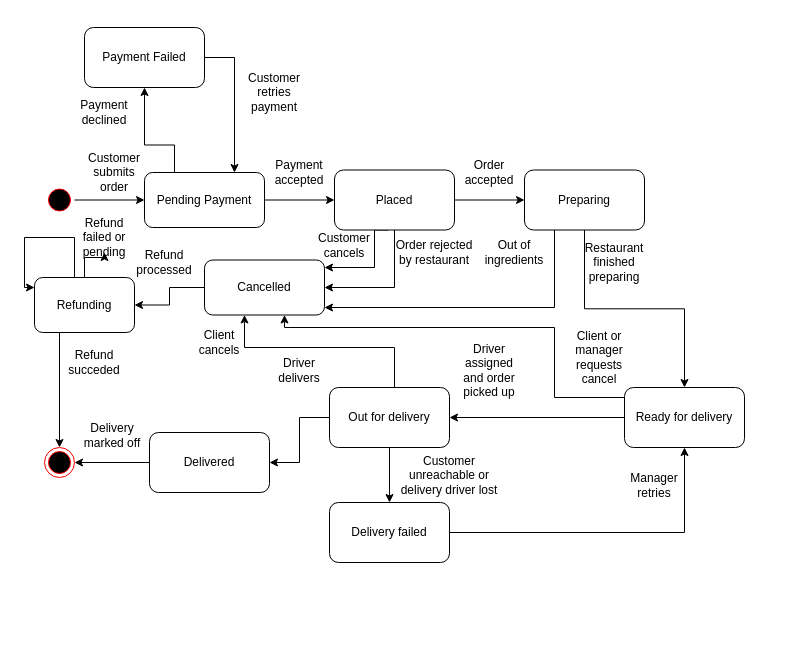
Earlier version of the draw.io diagram State Diagrams/Order states.drawio (Lukap42/SWE1_Project). Source tidied: cells renumbered, new cells numbered last; positions are measured from the earlier drawing's top-left corner, leaving out a move shared by most shapes. Both pictures are drawn from the tidied source at 100%, with x=0, y=0 at pixel (24, 27).
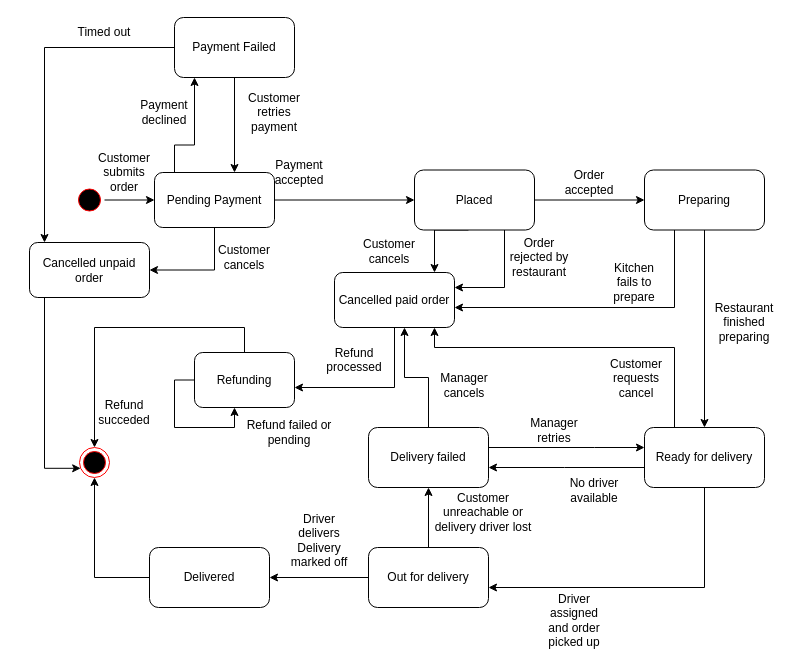
The same diagram, later.

Commit message (it also covers changes not shown here):
fixed state diagrams

Diff of the diagram source:
```diff
@@
     <mxCell id="2" style="ellipse;html=1;shape=startState;fillColor=light-dark(#000000,#000000);strokeColor=light-dark(#FF0000,#000000);" parent="1" vertex="1">
-      <mxGeometry x="20" y="157.5" width="30" height="30" as="geometry" />
+      <mxGeometry x="50" y="157.5" width="30" height="30" as="geometry" />
     </mxCell>
     <mxCell id="3" style="ellipse;html=1;shape=endState;fillColor=light-dark(#000000,#000000);strokeColor=light-dark(#FF0000,#000000);" parent="1" vertex="1">
-      <mxGeometry x="20" y="420" width="30" height="30" as="geometry" />
+      <mxGeometry x="55" y="420" width="30" height="30" as="geometry" />
     </mxCell>
@@
     <mxCell id="6" style="edgeStyle=orthogonalEdgeStyle;rounded=0;jettySize=auto;html=1;defaultLabelBackgroundColor=page;strokeColor=light-dark(#000000,#000000);" parent="1" edge="1" source="7" target="31">
       <mxGeometry x="-0.34" relative="1" as="geometry">
         <Array as="points">
           <mxPoint x="150" y="117.5" />
-          <mxPoint x="120" y="117.5" />
+          <mxPoint x="170" y="117.5" />
         </Array>
       </mxGeometry>
     </mxCell>
+    <mxCell id="53" style="edgeStyle=orthogonalEdgeStyle;rounded=0;jettySize=auto;html=1;defaultLabelBackgroundColor=page;strokeColor=light-dark(#000000,#000000);" parent="1" edge="1" source="7" target="57">
+      <mxGeometry relative="1" as="geometry">
+        <Array as="points">
+          <mxPoint x="190" y="242.5" />
+        </Array>
+      </mxGeometry>
+    </mxCell>
     <mxCell id="7" value="Pending Payment" style="rounded=1;whiteSpace=wrap;html=1;roundedPerimeter=1;strokeColor=light-dark(#000000,#000000);" parent="1" vertex="1">
-      <mxGeometry x="120" y="145" width="120" height="55" as="geometry" />
+      <mxGeometry x="130" y="145" width="120" height="55" as="geometry" />
     </mxCell>
     <mxCell id="8" value="&lt;div&gt;Customer&lt;/div&gt;&lt;div&gt;submits&lt;/div&gt;&lt;div&gt;order&lt;/div&gt;" style="text;html=1;whiteSpace=wrap;strokeColor=none;fillColor=none;align=center;verticalAlign=middle;rounded=0;fontColor=light-dark(#000000,#000000);" parent="1" vertex="1">
-      <mxGeometry x="60" y="130" width="60" height="30" as="geometry" />
+      <mxGeometry x="70" y="130" width="60" height="30" as="geometry" />
     </mxCell>
@@
     <mxCell id="10" style="edgeStyle=orthogonalEdgeStyle;rounded=0;jettySize=auto;html=1;defaultLabelBackgroundColor=page;strokeColor=light-dark(#000000,#000000);exitX=0.457;exitY=0.927;exitDx=0;exitDy=0;" parent="1" edge="1" source="12" target="35">
-      <mxGeometry x="-0.03" relative="1" as="geometry">
+      <mxGeometry x="0.41" relative="1" as="geometry">
         <Array as="points">
-          <mxPoint x="350" y="202.5" />
-          <mxPoint x="350" y="240" />
+          <mxPoint x="410" y="202.5" />
         </Array>
       </mxGeometry>
     </mxCell>
     <mxCell id="11" style="edgeStyle=orthogonalEdgeStyle;rounded=0;jettySize=auto;html=1;defaultLabelBackgroundColor=page;strokeColor=light-dark(#000000,#000000);" parent="1" edge="1" source="12" target="35">
       <mxGeometry x="-0.53" relative="1" as="geometry">
         <Array as="points">
-          <mxPoint x="370" y="260" />
+          <mxPoint x="480" y="260" />
         </Array>
       </mxGeometry>
     </mxCell>
     <mxCell id="12" value="Placed" style="rounded=1;whiteSpace=wrap;html=1;roundedPerimeter=1;strokeColor=light-dark(#000000,#000000);" parent="1" vertex="1">
-      <mxGeometry x="310" y="142.5" width="120" height="60" as="geometry" />
+      <mxGeometry x="390" y="142.5" width="120" height="60" as="geometry" />
     </mxCell>
@@
     <mxCell id="14" value="Order accepted" style="text;html=1;whiteSpace=wrap;strokeColor=none;fillColor=none;align=center;verticalAlign=middle;rounded=0;fontColor=light-dark(#000000,#000000);" parent="1" vertex="1">
-      <mxGeometry x="435" y="130" width="60" height="30" as="geometry" />
+      <mxGeometry x="535" y="140" width="60" height="30" as="geometry" />
     </mxCell>
@@
     <mxCell id="16" style="edgeStyle=orthogonalEdgeStyle;rounded=0;jettySize=auto;html=1;defaultLabelBackgroundColor=page;strokeColor=light-dark(#000000,#000000);" parent="1" edge="1" source="17" target="35">
       <mxGeometry x="-0.84" relative="1" as="geometry">
         <Array as="points">
-          <mxPoint x="530" y="280" />
+          <mxPoint x="650" y="280" />
         </Array>
       </mxGeometry>
     </mxCell>
     <mxCell id="17" value="Preparing" style="rounded=1;whiteSpace=wrap;html=1;roundedPerimeter=1;strokeColor=light-dark(#000000,#000000);" parent="1" vertex="1">
-      <mxGeometry x="500" y="142.5" width="120" height="60" as="geometry" />
+      <mxGeometry x="620" y="142.5" width="120" height="60" as="geometry" />
     </mxCell>
     <mxCell id="18" value="Restaurant finished preparing" style="text;html=1;whiteSpace=wrap;strokeColor=none;fillColor=none;align=center;verticalAlign=middle;rounded=0;fontColor=light-dark(#000000,#000000);" parent="1" vertex="1">
-      <mxGeometry x="560" y="220" width="60" height="30" as="geometry" />
+      <mxGeometry x="690" y="280" width="60" height="30" as="geometry" />
     </mxCell>
     <mxCell id="19" style="edgeStyle=orthogonalEdgeStyle;rounded=0;jettySize=auto;html=1;defaultLabelBackgroundColor=page;strokeColor=light-dark(#000000,#000000);" parent="1" edge="1" source="21" target="25">
-      <mxGeometry relative="1" as="geometry" />
+      <mxGeometry relative="1" as="geometry">
+        <Array as="points">
+          <mxPoint x="680" y="560" />
+        </Array>
+      </mxGeometry>
     </mxCell>
     <mxCell id="20" style="edgeStyle=orthogonalEdgeStyle;rounded=0;jettySize=auto;html=1;defaultLabelBackgroundColor=page;strokeColor=light-dark(#000000,#000000);" parent="1" edge="1" source="21" target="35">
-      <mxGeometry x="-0.89" relative="1" as="geometry">
+      <mxGeometry x="-0.82" relative="1" as="geometry">
         <Array as="points">
-          <mxPoint x="530" y="370" />
-          <mxPoint x="530" y="300" />
-          <mxPoint x="260" y="300" />
+          <mxPoint x="650" y="320" />
+          <mxPoint x="410" y="320" />
         </Array>
       </mxGeometry>
     </mxCell>
+    <mxCell id="54" style="edgeStyle=orthogonalEdgeStyle;rounded=0;jettySize=auto;html=1;defaultLabelBackgroundColor=page;strokeColor=light-dark(#000000,#000000);" parent="1" edge="1" source="21" target="41">
+      <mxGeometry relative="1" as="geometry">
+        <Array as="points">
+          <mxPoint x="540" y="440" />
+          <mxPoint x="540" y="440" />
+        </Array>
+      </mxGeometry>
+    </mxCell>
     <mxCell id="21" value="Ready for delivery" style="rounded=1;whiteSpace=wrap;html=1;roundedPerimeter=1;strokeColor=light-dark(#000000,#000000);" parent="1" vertex="1">
-      <mxGeometry x="600" y="360" width="120" height="60" as="geometry" />
+      <mxGeometry x="620" y="400" width="120" height="60" as="geometry" />
     </mxCell>
@@
-    <mxCell id="24" style="edgeStyle=orthogonalEdgeStyle;rounded=0;jettySize=auto;html=1;defaultLabelBackgroundColor=page;strokeColor=light-dark(#000000,#000000);" parent="1" edge="1" source="25" target="35">
-      <mxGeometry relative="1" as="geometry">
-        <Array as="points">
-          <mxPoint x="370" y="320" />
-          <mxPoint x="220" y="320" />
-        </Array>
-      </mxGeometry>
-    </mxCell>
     <mxCell id="25" value="Out for delivery" style="rounded=1;whiteSpace=wrap;html=1;roundedPerimeter=1;strokeColor=light-dark(#000000,#000000);" parent="1" vertex="1">
-      <mxGeometry x="305" y="360" width="120" height="60" as="geometry" />
+      <mxGeometry x="344" y="520" width="120" height="60" as="geometry" />
     </mxCell>
     <mxCell id="26" value="Driver assigned and order picked up" style="text;html=1;whiteSpace=wrap;strokeColor=none;fillColor=none;align=center;verticalAlign=middle;rounded=0;fontColor=light-dark(#000000,#000000);" parent="1" vertex="1">
-      <mxGeometry x="435" y="320" width="60" height="45" as="geometry" />
+      <mxGeometry x="520" y="570" width="60" height="45" as="geometry" />
     </mxCell>
@@
     <mxCell id="28" value="Delivered" style="rounded=1;whiteSpace=wrap;html=1;roundedPerimeter=1;strokeColor=light-dark(#000000,#000000);" parent="1" vertex="1">
-      <mxGeometry x="125" y="405" width="120" height="60" as="geometry" />
+      <mxGeometry x="125" y="520" width="120" height="60" as="geometry" />
     </mxCell>
-    <mxCell id="29" value="Driver delivers" style="text;html=1;whiteSpace=wrap;strokeColor=none;fillColor=none;align=center;verticalAlign=middle;rounded=0;fontColor=light-dark(#000000,#000000);" parent="1" vertex="1">
-      <mxGeometry x="245" y="315" width="60" height="55" as="geometry" />
+    <mxCell id="29" value="&lt;div&gt;Driver delivers&lt;/div&gt;&lt;div&gt;Delivery marked off&lt;/div&gt;" style="text;html=1;whiteSpace=wrap;strokeColor=none;fillColor=none;align=center;verticalAlign=middle;rounded=0;fontColor=light-dark(#000000,#000000);" parent="1" vertex="1">
+      <mxGeometry x="265" y="485" width="60" height="55" as="geometry" />
     </mxCell>
     <mxCell id="30" style="edgeStyle=orthogonalEdgeStyle;rounded=0;jettySize=auto;html=1;defaultLabelBackgroundColor=page;strokeColor=light-dark(#000000,#000000);" parent="1" edge="1" source="31" target="7">
       <mxGeometry x="0.21" relative="1" as="geometry">
         <Array as="points">
-          <mxPoint x="210" y="30" />
+          <mxPoint x="220" y="30" />
         </Array>
       </mxGeometry>
     </mxCell>
+    <mxCell id="55" style="edgeStyle=orthogonalEdgeStyle;rounded=0;jettySize=auto;html=1;defaultLabelBackgroundColor=page;strokeColor=light-dark(#000000,#000000);" parent="1" edge="1" source="31" target="57">
+      <mxGeometry relative="1" as="geometry">
+        <Array as="points">
+          <mxPoint x="20" y="20" />
+        </Array>
+      </mxGeometry>
+    </mxCell>
     <mxCell id="31" value="Payment Failed" style="rounded=1;whiteSpace=wrap;html=1;roundedPerimeter=1;strokeColor=light-dark(#000000,#000000);" parent="1" vertex="1">
-      <mxGeometry x="60" width="120" height="60" as="geometry" />
+      <mxGeometry x="150" y="-10" width="120" height="60" as="geometry" />
     </mxCell>
     <mxCell id="32" value="Payment declined" style="text;html=1;whiteSpace=wrap;strokeColor=none;fillColor=none;align=center;verticalAlign=middle;rounded=0;fontColor=light-dark(#000000,#000000);" parent="1" vertex="1">
-      <mxGeometry x="50" y="70" width="60" height="30" as="geometry" />
+      <mxGeometry x="110" y="70" width="60" height="30" as="geometry" />
     </mxCell>
     <mxCell id="33" value="Customer retries payment" style="text;html=1;whiteSpace=wrap;strokeColor=none;fillColor=none;align=center;verticalAlign=middle;rounded=0;fontColor=light-dark(#000000,#000000);" parent="1" vertex="1">
-      <mxGeometry x="220" y="50" width="60" height="30" as="geometry" />
+      <mxGeometry x="220" y="70" width="60" height="30" as="geometry" />
     </mxCell>
     <mxCell id="34" style="edgeStyle=orthogonalEdgeStyle;rounded=0;jettySize=auto;html=1;defaultLabelBackgroundColor=page;strokeColor=light-dark(#000000,#000000);" parent="1" edge="1" source="35" target="46">
-      <mxGeometry relative="1" as="geometry" />
+      <mxGeometry relative="1" as="geometry">
+        <Array as="points">
+          <mxPoint x="370" y="360" />
+        </Array>
+      </mxGeometry>
     </mxCell>
-    <mxCell id="35" value="Cancelled" style="rounded=1;whiteSpace=wrap;html=1;roundedPerimeter=1;strokeColor=light-dark(#000000,#000000);" parent="1" vertex="1">
-      <mxGeometry x="180" y="232.5" width="120" height="55" as="geometry" />
+    <mxCell id="35" value="Cancelled paid order" style="rounded=1;whiteSpace=wrap;html=1;roundedPerimeter=1;strokeColor=light-dark(#000000,#000000);" parent="1" vertex="1">
+      <mxGeometry x="310" y="245" width="120" height="55" as="geometry" />
     </mxCell>
     <mxCell id="36" value="Customer cancels" style="text;html=1;whiteSpace=wrap;strokeColor=none;fillColor=none;align=center;verticalAlign=middle;rounded=0;fontColor=light-dark(#000000,#000000);" parent="1" vertex="1">
-      <mxGeometry x="290" y="202.5" width="60" height="30" as="geometry" />
+      <mxGeometry x="340" y="209" width="50" height="30" as="geometry" />
     </mxCell>
     <mxCell id="37" value="Order rejected by restaurant" style="text;html=1;whiteSpace=wrap;strokeColor=none;fillColor=none;align=center;verticalAlign=middle;rounded=0;fontColor=light-dark(#000000,#000000);" parent="1" vertex="1">
-      <mxGeometry x="370" y="210" width="80" height="30" as="geometry" />
+      <mxGeometry x="480" y="215" width="70" height="30" as="geometry" />
     </mxCell>
-    <mxCell id="38" value="Out of ingredients" style="text;html=1;whiteSpace=wrap;strokeColor=none;fillColor=none;align=center;verticalAlign=middle;rounded=0;fontColor=light-dark(#000000,#000000);" parent="1" vertex="1">
-      <mxGeometry x="460" y="210" width="60" height="30" as="geometry" />
+    <mxCell id="38" value="Kitchen fails to prepare" style="text;html=1;whiteSpace=wrap;strokeColor=none;fillColor=none;align=center;verticalAlign=middle;rounded=0;fontColor=light-dark(#000000,#000000);" parent="1" vertex="1">
+      <mxGeometry x="580" y="240" width="60" height="30" as="geometry" />
     </mxCell>
-    <mxCell id="39" value="Delivery marked off" style="text;html=1;whiteSpace=wrap;strokeColor=none;fillColor=none;align=center;verticalAlign=middle;rounded=0;fontColor=light-dark(#000000,#000000);" parent="1" vertex="1">
-      <mxGeometry x="58" y="380" width="60" height="55" as="geometry" />
-    </mxCell>
     <mxCell id="40" style="edgeStyle=orthogonalEdgeStyle;rounded=0;jettySize=auto;html=1;defaultLabelBackgroundColor=page;strokeColor=light-dark(#000000,#000000);" parent="1" edge="1" source="41" target="21">
-      <mxGeometry relative="1" as="geometry" />
+      <mxGeometry relative="1" as="geometry">
+        <Array as="points">
+          <mxPoint x="570" y="420" />
+          <mxPoint x="570" y="420" />
+        </Array>
+      </mxGeometry>
     </mxCell>
+    <mxCell id="56" style="edgeStyle=orthogonalEdgeStyle;rounded=0;jettySize=auto;html=1;defaultLabelBackgroundColor=page;strokeColor=light-dark(#000000,#000000);" parent="1" edge="1" source="41" target="35">
+      <mxGeometry x="0.08" relative="1" as="geometry">
+        <Array as="points">
+          <mxPoint x="404" y="350" />
+          <mxPoint x="380" y="350" />
+        </Array>
+      </mxGeometry>
+    </mxCell>
     <mxCell id="41" value="Delivery failed" style="rounded=1;whiteSpace=wrap;html=1;roundedPerimeter=1;strokeColor=light-dark(#000000,#000000);" parent="1" vertex="1">
-      <mxGeometry x="305" y="475" width="120" height="60" as="geometry" />
+      <mxGeometry x="344" y="400" width="120" height="60" as="geometry" />
     </mxCell>
     <mxCell id="42" value="&lt;div&gt;Customer unreachable or delivery driver lost&lt;/div&gt;" style="text;html=1;whiteSpace=wrap;strokeColor=none;fillColor=none;align=center;verticalAlign=middle;rounded=0;fontColor=light-dark(#000000,#000000);" parent="1" vertex="1">
-      <mxGeometry x="370" y="433" width="110" height="30" as="geometry" />
+      <mxGeometry x="404" y="470" width="110" height="30" as="geometry" />
     </mxCell>
     <mxCell id="43" value="Manager retries" style="text;html=1;whiteSpace=wrap;strokeColor=none;fillColor=none;align=center;verticalAlign=middle;rounded=0;fontColor=light-dark(#000000,#000000);" parent="1" vertex="1">
-      <mxGeometry x="600" y="430" width="60" height="55" as="geometry" />
+      <mxGeometry x="500" y="380" width="60" height="45" as="geometry" />
     </mxCell>
-    <mxCell id="44" value="Client cancels" style="text;html=1;whiteSpace=wrap;strokeColor=none;fillColor=none;align=center;verticalAlign=middle;rounded=0;fontColor=light-dark(#000000,#000000);" parent="1" vertex="1">
-      <mxGeometry x="170" y="300" width="50" height="30" as="geometry" />
-    </mxCell>
     <mxCell id="45" style="edgeStyle=orthogonalEdgeStyle;rounded=0;jettySize=auto;html=1;defaultLabelBackgroundColor=page;strokeColor=light-dark(#000000,#000000);" parent="1" edge="1" source="46" target="3">
       <mxGeometry relative="1" as="geometry">
         <Array as="points">
-          <mxPoint x="35" y="310" />
-          <mxPoint x="35" y="310" />
+          <mxPoint x="220" y="300" />
+          <mxPoint x="70" y="300" />
         </Array>
       </mxGeometry>
     </mxCell>
+    <mxCell id="50" style="edgeStyle=orthogonalEdgeStyle;rounded=0;orthogonalLoop=1;jettySize=auto;html=1;defaultLabelBackgroundColor=page;strokeColor=light-dark(#000000,#000000);innerLoopWaypoints=1;" parent="1" edge="1" source="46" target="46">
+      <mxGeometry x="-0.66" relative="1" as="geometry">
+        <Array as="points">
+          <mxPoint x="150" y="352.5" />
+          <mxPoint x="150" y="400" />
+          <mxPoint x="210" y="400" />
+        </Array>
+      </mxGeometry>
+    </mxCell>
     <mxCell id="46" value="Refunding" style="rounded=1;whiteSpace=wrap;html=1;roundedPerimeter=1;strokeColor=light-dark(#000000,#000000);" parent="1" vertex="1">
-      <mxGeometry x="10" y="250" width="100" height="55" as="geometry" />
+      <mxGeometry x="170" y="325" width="100" height="55" as="geometry" />
     </mxCell>
-    <mxCell id="47" value="Refund processed" style="text;html=1;whiteSpace=wrap;strokeColor=none;fillColor=none;align=center;verticalAlign=middle;rounded=0;fontColor=light-dark(#000000,#000000);" parent="1" vertex="1">
-      <mxGeometry x="110" y="220" width="60" height="30" as="geometry" />
+    <mxCell id="47" value="&lt;div&gt;Refund processed&lt;/div&gt;&lt;div&gt;&lt;br&gt;&lt;/div&gt;" style="text;html=1;whiteSpace=wrap;strokeColor=none;fillColor=none;align=center;verticalAlign=middle;rounded=0;fontColor=light-dark(#000000,#000000);" parent="1" vertex="1">
+      <mxGeometry x="300" y="325" width="60" height="30" as="geometry" />
     </mxCell>
-    <mxCell id="48" value="Client or manager requests cancel" style="text;html=1;whiteSpace=wrap;strokeColor=none;fillColor=none;align=center;verticalAlign=middle;rounded=0;fontColor=light-dark(#000000,#000000);" parent="1" vertex="1">
-      <mxGeometry x="550" y="315" width="50" height="30" as="geometry" />
+    <mxCell id="48" value="Customer requests cancel" style="text;html=1;whiteSpace=wrap;strokeColor=none;fillColor=none;align=center;verticalAlign=middle;rounded=0;fontColor=light-dark(#000000,#000000);" parent="1" vertex="1">
+      <mxGeometry x="570" y="340" width="84" height="22.5" as="geometry" />
     </mxCell>
     <mxCell id="49" value="Refund succeded" style="text;html=1;whiteSpace=wrap;strokeColor=none;fillColor=none;align=center;verticalAlign=middle;rounded=0;fontColor=light-dark(#000000,#000000);" parent="1" vertex="1">
-      <mxGeometry x="40" y="320" width="60" height="30" as="geometry" />
+      <mxGeometry x="70" y="370" width="60" height="30" as="geometry" />
     </mxCell>
-    <mxCell id="50" style="edgeStyle=orthogonalEdgeStyle;rounded=0;orthogonalLoop=1;jettySize=auto;html=1;innerLoopWaypoints=1;defaultLabelBackgroundColor=page;strokeColor=light-dark(#000000,#000000);" parent="1" edge="1" source="46" target="46">
-      <mxGeometry relative="1" as="geometry">
-        <Array as="points">
-          <mxPoint x="50" y="210" />
-          <mxPoint y="210" />
-          <mxPoint y="260" />
-        </Array>
-      </mxGeometry>
-    </mxCell>
-    <mxCell id="51" style="edgeStyle=orthogonalEdgeStyle;rounded=0;jettySize=auto;html=1;defaultLabelBackgroundColor=page;" parent="1" edge="1" source="46" target="52">
-      <mxGeometry relative="1" as="geometry" />
-    </mxCell>
     <mxCell id="52" value="Refund failed or pending" style="text;html=1;whiteSpace=wrap;strokeColor=none;fillColor=none;align=center;verticalAlign=middle;rounded=0;fontColor=light-dark(#000000,#000000);" parent="1" vertex="1">
-      <mxGeometry x="50" y="195" width="60" height="30" as="geometry" />
+      <mxGeometry x="220" y="390" width="90" height="30" as="geometry" />
     </mxCell>
+    <mxCell id="57" value="Cancelled unpaid order" style="rounded=1;whiteSpace=wrap;html=1;roundedPerimeter=1;strokeColor=light-dark(#000000,#000000);" parent="1" vertex="1">
+      <mxGeometry x="5" y="215" width="120" height="55" as="geometry" />
+    </mxCell>
+    <mxCell id="58" value="Customer cancels" style="text;html=1;whiteSpace=wrap;strokeColor=none;fillColor=none;align=center;verticalAlign=middle;rounded=0;fontColor=light-dark(#000000,#000000);" parent="1" vertex="1">
+      <mxGeometry x="190" y="215" width="60" height="30" as="geometry" />
+    </mxCell>
+    <mxCell id="59" style="edgeStyle=orthogonalEdgeStyle;rounded=0;jettySize=auto;html=1;defaultLabelBackgroundColor=page;strokeColor=light-dark(#000000,#000000);" parent="1" edge="1" source="57" target="3">
+      <mxGeometry x="0.19" relative="1" as="geometry">
+        <Array as="points">
+          <mxPoint x="20" y="440.8" />
+        </Array>
+      </mxGeometry>
+    </mxCell>
+    <mxCell id="60" value="Timed out" style="text;html=1;whiteSpace=wrap;strokeColor=none;fillColor=none;align=center;verticalAlign=middle;rounded=0;fontColor=light-dark(#000000,#000000);" parent="1" vertex="1">
+      <mxGeometry x="50" y="-10" width="60" height="30" as="geometry" />
+    </mxCell>
+    <mxCell id="61" value="Manager cancels" style="text;html=1;whiteSpace=wrap;strokeColor=none;fillColor=none;align=center;verticalAlign=middle;rounded=0;fontColor=light-dark(#000000,#000000);" parent="1" vertex="1">
+      <mxGeometry x="410" y="335" width="60" height="45" as="geometry" />
+    </mxCell>
+    <mxCell id="62" value="No driver available" style="text;html=1;whiteSpace=wrap;strokeColor=none;fillColor=none;align=center;verticalAlign=middle;rounded=0;fontColor=light-dark(#000000,#000000);" parent="1" vertex="1">
+      <mxGeometry x="540" y="440" width="60" height="45" as="geometry" />
+    </mxCell>
```
